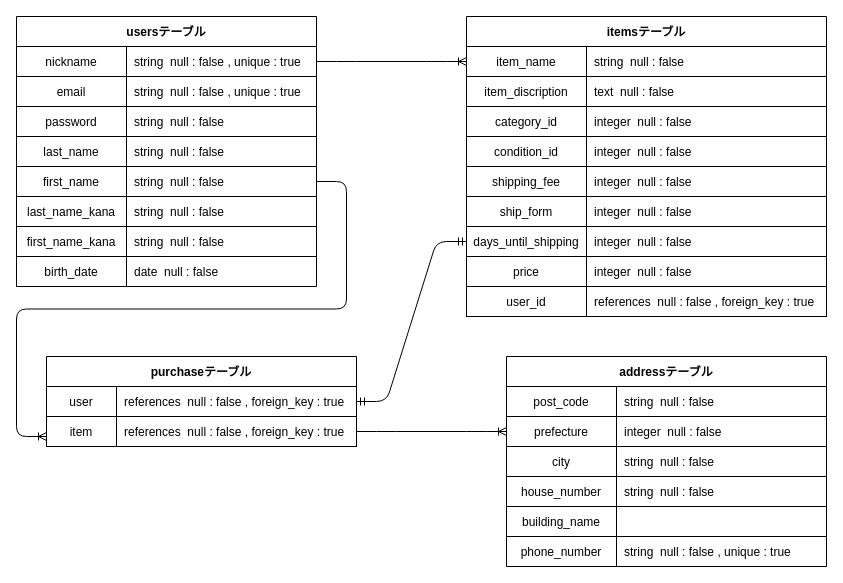
The draw.io diagram furima-31133.dio in ka91uver/furima-31133, before the edit. Source tidied: cells renumbered, new cells numbered last; positions are measured from the earlier drawing's top-left corner, leaving out a move shared by most shapes. Both pictures are drawn from the tidied source at 100%, with x=0, y=0 at pixel (16, 16).
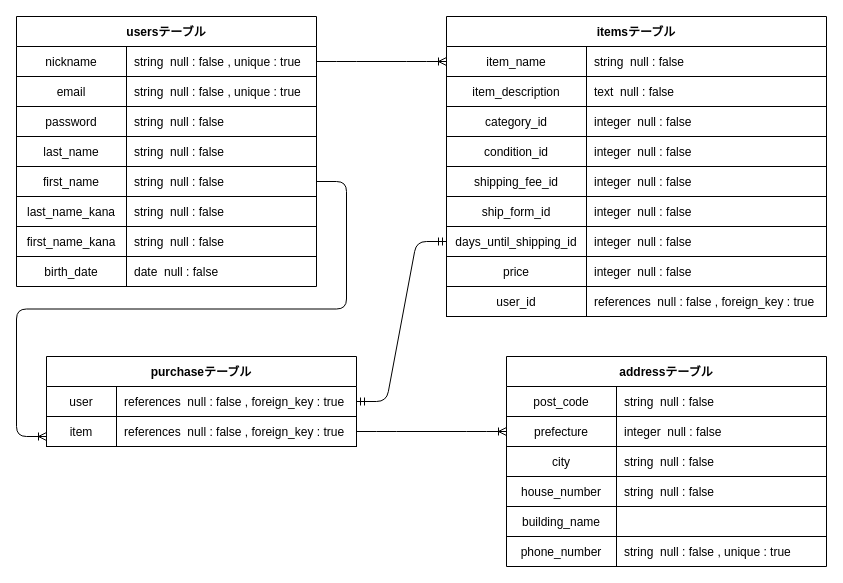
Above is the later version.

Commit message (it also covers changes not shown here):
DB-ER図の修正(_idの追加)

今後active_hashで導入ため

The edit, as a diff of the source:
```diff
@@
     <mxCell id="31" value="itemsテーブル" style="shape=table;startSize=30;childLayout=tableLayout;rowLines=0;fontStyle=1;align=center;fillColor=none;" parent="1" vertex="1">
-      <mxGeometry x="450" width="360" height="300" as="geometry" />
+      <mxGeometry x="430" width="380" height="300" as="geometry" />
     </mxCell>
     <mxCell id="32" style="shape=partialRectangle;fillColor=none;top=0;left=0;bottom=1;right=0;points=[[0,0.5],[1,0.5]];portConstraint=eastwest;" parent="31" vertex="1">
-      <mxGeometry y="30" width="360" height="30" as="geometry" />
+      <mxGeometry y="30" width="380" height="30" as="geometry" />
     </mxCell>
     <mxCell id="33" value="item_name" style="shape=partialRectangle;fillColor=none;top=0;left=0;bottom=0;right=0;fontStyle=0;overflow=hidden;" parent="32" vertex="1">
-      <mxGeometry width="120" height="30" as="geometry" />
+      <mxGeometry width="140" height="30" as="geometry" />
     </mxCell>
     <mxCell id="34" value="string  null : false" style="shape=partialRectangle;fillColor=none;top=0;left=0;bottom=0;right=0;align=left;spacingLeft=6;fontStyle=0;overflow=hidden;" parent="32" vertex="1">
-      <mxGeometry x="120" width="240" height="30" as="geometry" />
+      <mxGeometry x="140" width="240" height="30" as="geometry" />
     </mxCell>
     <mxCell id="35" style="shape=partialRectangle;fillColor=none;top=0;left=0;bottom=0;right=0;" parent="31" vertex="1">
-      <mxGeometry y="60" width="360" height="30" as="geometry" />
+      <mxGeometry y="60" width="380" height="30" as="geometry" />
     </mxCell>
-    <mxCell id="36" value="item_discription" style="shape=partialRectangle;fillColor=none;top=0;left=0;bottom=1;right=0;overflow=hidden;" parent="35" vertex="1">
-      <mxGeometry width="120" height="30" as="geometry" />
+    <mxCell id="36" value="item_description" style="shape=partialRectangle;fillColor=none;top=0;left=0;bottom=1;right=0;overflow=hidden;" parent="35" vertex="1">
+      <mxGeometry width="140" height="30" as="geometry" />
     </mxCell>
     <mxCell id="37" value="text  null : false" style="shape=partialRectangle;fillColor=none;top=0;left=0;bottom=1;right=0;align=left;spacingLeft=6;overflow=hidden;" parent="35" vertex="1">
-      <mxGeometry x="120" width="240" height="30" as="geometry" />
+      <mxGeometry x="140" width="240" height="30" as="geometry" />
     </mxCell>
     <mxCell id="38" style="shape=partialRectangle;fillColor=none;top=0;left=0;bottom=1;right=0;" parent="31" vertex="1">
-      <mxGeometry y="90" width="360" height="30" as="geometry" />
+      <mxGeometry y="90" width="380" height="30" as="geometry" />
     </mxCell>
     <mxCell id="39" value="category_id" style="shape=partialRectangle;fillColor=none;top=0;left=0;bottom=0;right=0;overflow=hidden;" parent="38" vertex="1">
-      <mxGeometry width="120" height="30" as="geometry" />
+      <mxGeometry width="140" height="30" as="geometry" />
     </mxCell>
     <mxCell id="40" value="integer  null : false" style="shape=partialRectangle;fillColor=none;top=0;left=0;bottom=0;right=0;align=left;spacingLeft=6;overflow=hidden;" parent="38" vertex="1">
-      <mxGeometry x="120" width="240" height="30" as="geometry" />
+      <mxGeometry x="140" width="240" height="30" as="geometry" />
     </mxCell>
     <mxCell id="41" style="shape=partialRectangle;fillColor=none;top=0;left=0;bottom=1;right=0;" parent="31" vertex="1">
-      <mxGeometry y="120" width="360" height="30" as="geometry" />
+      <mxGeometry y="120" width="380" height="30" as="geometry" />
     </mxCell>
     <mxCell id="42" value="condition_id" style="shape=partialRectangle;fillColor=none;top=0;left=0;bottom=0;right=0;overflow=hidden;" parent="41" vertex="1">
-      <mxGeometry width="120" height="30" as="geometry" />
+      <mxGeometry width="140" height="30" as="geometry" />
     </mxCell>
     <mxCell id="43" value="integer  null : false" style="shape=partialRectangle;fillColor=none;top=0;left=0;bottom=0;right=0;align=left;spacingLeft=6;overflow=hidden;" parent="41" vertex="1">
-      <mxGeometry x="120" width="240" height="30" as="geometry" />
+      <mxGeometry x="140" width="240" height="30" as="geometry" />
     </mxCell>
     <mxCell id="44" style="shape=partialRectangle;fillColor=none;top=0;left=0;bottom=1;right=0;" parent="31" vertex="1">
-      <mxGeometry y="150" width="360" height="30" as="geometry" />
+      <mxGeometry y="150" width="380" height="30" as="geometry" />
     </mxCell>
-    <mxCell id="45" value="shipping_fee" style="shape=partialRectangle;fillColor=none;top=0;left=0;bottom=0;right=0;overflow=hidden;" parent="44" vertex="1">
-      <mxGeometry width="120" height="30" as="geometry" />
+    <mxCell id="45" value="shipping_fee_id" style="shape=partialRectangle;fillColor=none;top=0;left=0;bottom=0;right=0;overflow=hidden;" parent="44" vertex="1">
+      <mxGeometry width="140" height="30" as="geometry" />
     </mxCell>
     <mxCell id="46" value="integer  null : false" style="shape=partialRectangle;fillColor=none;top=0;left=0;bottom=0;right=0;align=left;spacingLeft=6;overflow=hidden;" parent="44" vertex="1">
-      <mxGeometry x="120" width="240" height="30" as="geometry" />
+      <mxGeometry x="140" width="240" height="30" as="geometry" />
     </mxCell>
     <mxCell id="47" style="shape=partialRectangle;fillColor=none;top=0;left=0;bottom=1;right=0;" parent="31" vertex="1">
-      <mxGeometry y="180" width="360" height="30" as="geometry" />
+      <mxGeometry y="180" width="380" height="30" as="geometry" />
     </mxCell>
-    <mxCell id="48" value="ship_form" style="shape=partialRectangle;fillColor=none;top=0;left=0;bottom=0;right=0;overflow=hidden;" parent="47" vertex="1">
-      <mxGeometry width="120" height="30" as="geometry" />
+    <mxCell id="48" value="ship_form_id" style="shape=partialRectangle;fillColor=none;top=0;left=0;bottom=0;right=0;overflow=hidden;" parent="47" vertex="1">
+      <mxGeometry width="140" height="30" as="geometry" />
     </mxCell>
     <mxCell id="49" value="integer  null : false" style="shape=partialRectangle;fillColor=none;top=0;left=0;bottom=0;right=0;align=left;spacingLeft=6;overflow=hidden;" parent="47" vertex="1">
-      <mxGeometry x="120" width="240" height="30" as="geometry" />
+      <mxGeometry x="140" width="240" height="30" as="geometry" />
     </mxCell>
     <mxCell id="50" style="shape=partialRectangle;fillColor=none;top=0;left=0;bottom=1;right=0;points=[[0,0.5],[1,0.5]];portConstraint=eastwest;" parent="31" vertex="1">
-      <mxGeometry y="210" width="360" height="30" as="geometry" />
+      <mxGeometry y="210" width="380" height="30" as="geometry" />
     </mxCell>
-    <mxCell id="51" value="days_until_shipping" style="shape=partialRectangle;fillColor=none;top=0;left=0;bottom=0;right=0;overflow=hidden;" parent="50" vertex="1">
-      <mxGeometry width="120" height="30" as="geometry" />
+    <mxCell id="51" value="days_until_shipping_id" style="shape=partialRectangle;fillColor=none;top=0;left=0;bottom=0;right=0;overflow=hidden;" parent="50" vertex="1">
+      <mxGeometry width="140" height="30" as="geometry" />
     </mxCell>
     <mxCell id="52" value="integer  null : false" style="shape=partialRectangle;fillColor=none;top=0;left=0;bottom=0;right=0;align=left;spacingLeft=6;overflow=hidden;" parent="50" vertex="1">
-      <mxGeometry x="120" width="240" height="30" as="geometry" />
+      <mxGeometry x="140" width="240" height="30" as="geometry" />
     </mxCell>
     <mxCell id="53" style="shape=partialRectangle;fillColor=none;top=0;left=0;bottom=1;right=0;" parent="31" vertex="1">
-      <mxGeometry y="240" width="360" height="30" as="geometry" />
+      <mxGeometry y="240" width="380" height="30" as="geometry" />
     </mxCell>
     <mxCell id="54" value="price" style="shape=partialRectangle;fillColor=none;top=0;left=0;bottom=0;right=0;overflow=hidden;" parent="53" vertex="1">
-      <mxGeometry width="120" height="30" as="geometry" />
+      <mxGeometry width="140" height="30" as="geometry" />
     </mxCell>
     <mxCell id="55" value="integer  null : false" style="shape=partialRectangle;fillColor=none;top=0;left=0;bottom=0;right=0;align=left;spacingLeft=6;overflow=hidden;" parent="53" vertex="1">
-      <mxGeometry x="120" width="240" height="30" as="geometry" />
+      <mxGeometry x="140" width="240" height="30" as="geometry" />
     </mxCell>
     <mxCell id="56" style="shape=partialRectangle;fillColor=none;top=0;left=0;bottom=1;right=0;" parent="31" vertex="1">
-      <mxGeometry y="270" width="360" height="30" as="geometry" />
+      <mxGeometry y="270" width="380" height="30" as="geometry" />
     </mxCell>
     <mxCell id="57" value="user_id" style="shape=partialRectangle;fillColor=none;top=0;left=0;bottom=0;right=0;overflow=hidden;" parent="56" vertex="1">
-      <mxGeometry width="120" height="30" as="geometry" />
+      <mxGeometry width="140" height="30" as="geometry" />
     </mxCell>
     <mxCell id="58" value="references  null : false , foreign_key : true" style="shape=partialRectangle;fillColor=none;top=0;left=0;bottom=0;right=0;align=left;spacingLeft=6;overflow=hidden;" parent="56" vertex="1">
-      <mxGeometry x="120" width="240" height="30" as="geometry" />
+      <mxGeometry x="140" width="240" height="30" as="geometry" />
     </mxCell>
```
